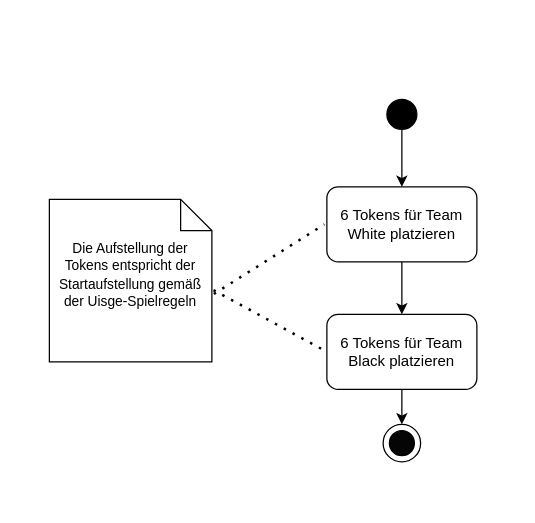
Before: game_initialize.drawio in schaefereric/uml-stash, a draw.io diagram. Source tidied: cells renumbered, new cells numbered last; positions are measured from the earlier drawing's top-left corner, leaving out a move shared by most shapes. Both pictures are drawn from the tidied source at 125%, with x=0, y=0 at pixel (49, 99).
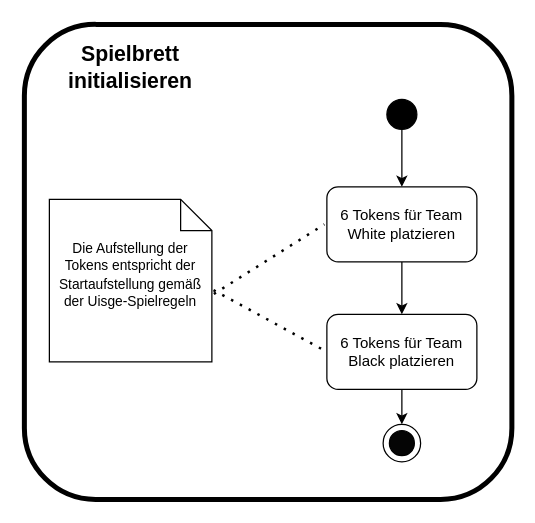
After the change.

Commit message:
game_initialize.drawio rahmen gemacht

Change to the diagram source:
```diff
@@
 <mxGraphModel>
   <root>
     <mxCell id="0" />
     <mxCell id="1" parent="0" />
+    <mxCell id="13" style="rounded=1;whiteSpace=wrap;html=1;fillColor=none;strokeWidth=4;" parent="1" vertex="1">
+      <mxGeometry x="-20" y="-60" width="390" height="380" as="geometry" />
+    </mxCell>
     <mxCell id="2" style="ellipse;whiteSpace=wrap;html=1;fillColor=#000000;" parent="1" vertex="1">
       <mxGeometry x="270" width="24" height="24" as="geometry" />
     </mxCell>
     <mxCell id="3" style="endArrow=classic;html=1;rounded=0;exitX=0.5;exitY=1;exitDx=0;exitDy=0;entryX=0.5;entryY=0;entryDx=0;entryDy=0;" parent="1" edge="1" source="2" target="5">
       <mxGeometry relative="1" as="geometry" />
     </mxCell>
     <mxCell id="4" style="edgeStyle=orthogonalEdgeStyle;rounded=0;jettySize=auto;html=1;exitX=0.5;exitY=1;exitDx=0;exitDy=0;entryX=0.5;entryY=0;entryDx=0;entryDy=0;" parent="1" edge="1" source="5" target="7">
       <mxGeometry relative="1" as="geometry" />
     </mxCell>
     <mxCell id="5" value="6 Tokens für Team White platzieren" style="rounded=1;whiteSpace=wrap;html=1;" parent="1" vertex="1">
       <mxGeometry x="222" y="70" width="120" height="60" as="geometry" />
     </mxCell>
     <mxCell id="6" style="edgeStyle=orthogonalEdgeStyle;rounded=0;jettySize=auto;html=1;exitX=0.5;exitY=1;exitDx=0;exitDy=0;entryX=0.5;entryY=0;entryDx=0;entryDy=0;" parent="1" edge="1" source="7" target="8">
       <mxGeometry relative="1" as="geometry" />
     </mxCell>
     <mxCell id="7" value="6 Tokens für Team Black platzieren" style="rounded=1;whiteSpace=wrap;html=1;" parent="1" vertex="1">
       <mxGeometry x="222" y="172" width="120" height="60" as="geometry" />
     </mxCell>
     <mxCell id="8" style="ellipse;whiteSpace=wrap;html=1;" parent="1" vertex="1">
       <mxGeometry x="267" y="260" width="30" height="30" as="geometry" />
     </mxCell>
     <mxCell id="9" style="ellipse;whiteSpace=wrap;html=1;fillColor=#050505;" parent="1" vertex="1">
       <mxGeometry x="272" y="265" width="20" height="20" as="geometry" />
     </mxCell>
     <mxCell id="10" value="&lt;font style=&quot;font-size: 11px;&quot;&gt;Die Aufstellung der Tokens entspricht der Startaufstellung gemäß der Uisge-Spielregeln&lt;/font&gt;" style="shape=note2;boundedLbl=1;whiteSpace=wrap;html=1;size=25;verticalAlign=top;align=center;" parent="1" vertex="1">
       <mxGeometry y="80" width="130" height="130" as="geometry" />
     </mxCell>
     <mxCell id="11" style="endArrow=none;dashed=1;html=1;dashPattern=1 3;strokeWidth=2;rounded=0;exitX=1.012;exitY=0.582;exitDx=0;exitDy=0;exitPerimeter=0;" parent="1" edge="1" source="10">
       <mxGeometry relative="1" as="geometry">
         <mxPoint x="220" y="100" as="targetPoint" />
       </mxGeometry>
     </mxCell>
     <mxCell id="12" style="endArrow=none;dashed=1;html=1;dashPattern=1 3;strokeWidth=2;rounded=0;exitX=1.01;exitY=0.558;exitDx=0;exitDy=0;exitPerimeter=0;entryX=0;entryY=0.5;entryDx=0;entryDy=0;" parent="1" edge="1" source="10" target="7">
       <mxGeometry relative="1" as="geometry" />
     </mxCell>
+    <mxCell id="14" value="&lt;b style=&quot;font-size: 17px;&quot;&gt;Spielbrett initialisieren&lt;br&gt;&lt;/b&gt;" style="text;html=1;strokeColor=none;fillColor=none;align=center;verticalAlign=middle;whiteSpace=wrap;rounded=0;" parent="1" vertex="1">
+      <mxGeometry x="35" y="-40" width="60" height="30" as="geometry" />
+    </mxCell>
   </root>
 </mxGraphModel>
```
